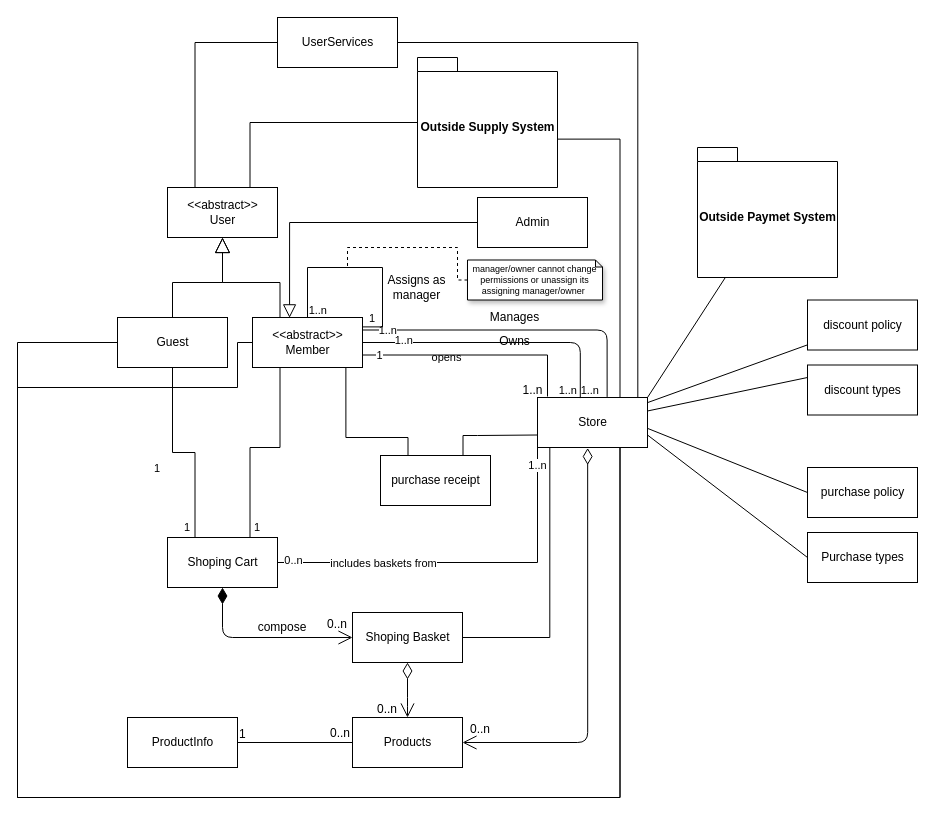
The draw.io diagram תרשימים/תרשים מחלקות לבן.drawio in LevyIfta/Team-19B-Project, before the edit. Source tidied: cells renumbered, new cells numbered last; positions are measured from the earlier drawing's top-left corner, leaving out a move shared by most shapes. Both pictures are drawn from the tidied source at 100%, with x=0, y=0 at pixel (17, 17).
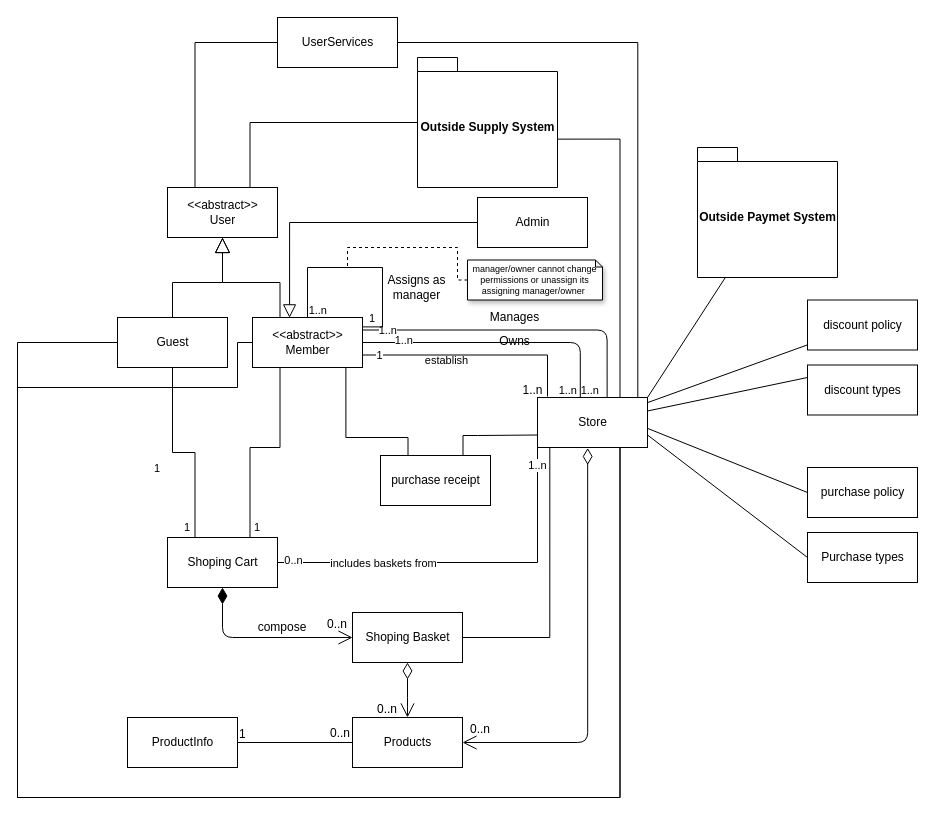
The same diagram, later.

Unchanged cells that the change refers to:
```xml
<mxCell id="12" style="edgeStyle=orthogonalEdgeStyle;rounded=0;jettySize=auto;html=1;exitX=1;exitY=0.75;exitDx=0;exitDy=0;entryX=0.091;entryY=-0.02;entryDx=0;entryDy=0;entryPerimeter=0;startArrow=none;startFill=0;endArrow=none;endFill=0;" parent="1" edge="1" source="15" target="5">
  <mxGeometry relative="1" as="geometry" />
</mxCell>
```

Change to the diagram source:
```diff
@@
-    <mxCell id="14" value="opens" style="edgeLabel;html=1;align=center;verticalAlign=middle;labelBackgroundColor=none;" parent="12" vertex="1">
-      <mxGeometry x="-0.27" y="-2" relative="1" as="geometry" />
+    <mxCell id="14" value="establish" style="edgeLabel;html=1;align=center;verticalAlign=middle;labelBackgroundColor=none;" parent="12" vertex="1">
+      <mxGeometry x="-0.27" y="-2" relative="1" as="geometry">
+        <mxPoint y="3" as="offset" />
+      </mxGeometry>
     </mxCell>
```
